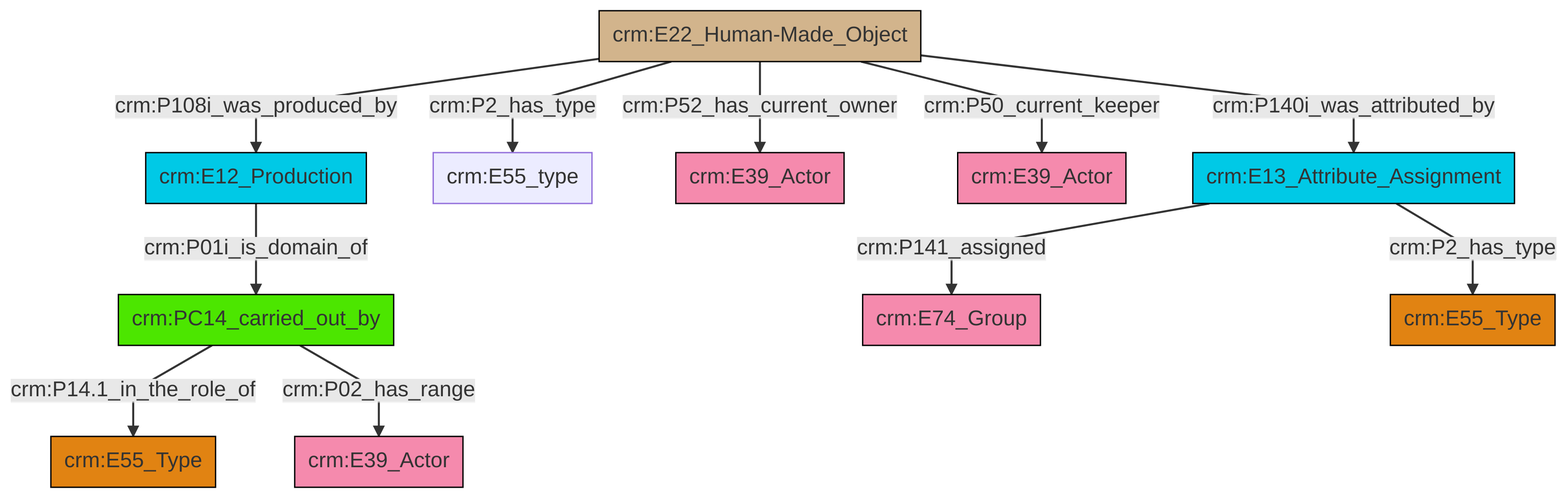
The Mermaid diagram et/artworkCSV/ttl/mmd/png/Artwork_Actor_Relations.png in swiss-art-research-net/reference-data-models, before a commit. Its source is kept beside it as et/artworkCSV/ttl/mmd/Artwork_Actor_Relations.ttl.mmd.
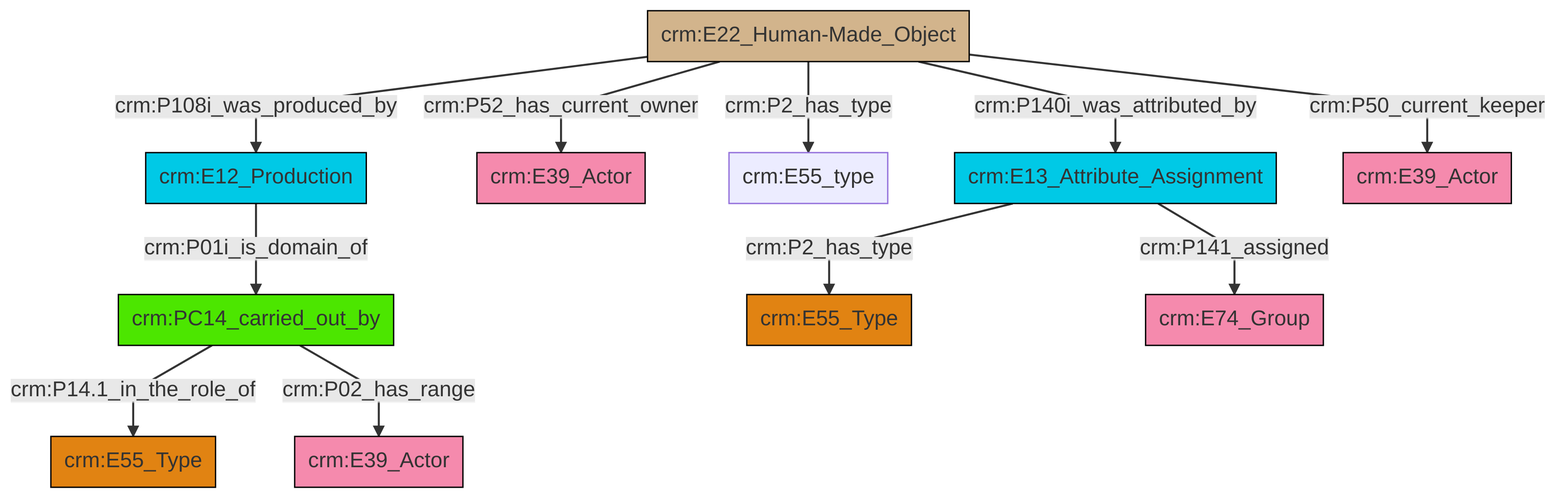
After the commit.

Change to the diagram source:
```diff
@@ -13,13 +13,13 @@
 classDef PC_Classes fill:#4ce600, stroke:#000000;
 classDef Multi fill:#cccccc,stroke:#000000;
 
-4["crm:E22_Human-Made_Object"]:::Physical_Thing -->|crm:P108i_was_produced_by| 0["crm:E12_Production"]:::Temporal_Entity
-5["crm:PC14_carried_out_by"]:::PC_Classes -->|crm:P14.1_in_the_role_of| 6["crm:E55_Type"]:::Type
-4["crm:E22_Human-Made_Object"]:::Physical_Thing -->|crm:P140i_was_attributed_by| 11["crm:E13_Attribute_Assignment"]:::Temporal_Entity
-4["crm:E22_Human-Made_Object"]:::Physical_Thing -->|crm:P50_current_keeper| 9["crm:E39_Actor"]:::Actor
-0["crm:E12_Production"]:::Temporal_Entity -->|crm:P01i_is_domain_of| 5["crm:PC14_carried_out_by"]:::PC_Classes
-11["crm:E13_Attribute_Assignment"]:::Temporal_Entity -->|crm:P141_assigned| 13["crm:E74_Group"]:::Actor
-4["crm:E22_Human-Made_Object"]:::Physical_Thing -->|crm:P52_has_current_owner| 7["crm:E39_Actor"]:::Actor
-5["crm:PC14_carried_out_by"]:::PC_Classes -->|crm:P02_has_range| 16["crm:E39_Actor"]:::Actor
-4["crm:E22_Human-Made_Object"]:::Physical_Thing -->|crm:P2_has_type| 2["crm:E55_type"]:::Default
-11["crm:E13_Attribute_Assignment"]:::Temporal_Entity -->|crm:P2_has_type| 20["crm:E55_Type"]:::Type
+0["crm:E12_Production"]:::Temporal_Entity -->|crm:P01i_is_domain_of| 2["crm:PC14_carried_out_by"]:::PC_Classes
+3["crm:E22_Human-Made_Object"]:::Physical_Thing -->|crm:P52_has_current_owner| 4["crm:E39_Actor"]:::Actor
+3["crm:E22_Human-Made_Object"]:::Physical_Thing -->|crm:P108i_was_produced_by| 0["crm:E12_Production"]:::Temporal_Entity
+9["crm:E13_Attribute_Assignment"]:::Temporal_Entity -->|crm:P2_has_type| 7["crm:E55_Type"]:::Type
+2["crm:PC14_carried_out_by"]:::PC_Classes -->|crm:P14.1_in_the_role_of| 14["crm:E55_Type"]:::Type
+3["crm:E22_Human-Made_Object"]:::Physical_Thing -->|crm:P50_current_keeper| 17["crm:E39_Actor"]:::Actor
+3["crm:E22_Human-Made_Object"]:::Physical_Thing -->|crm:P2_has_type| 5["crm:E55_type"]:::Default
+2["crm:PC14_carried_out_by"]:::PC_Classes -->|crm:P02_has_range| 12["crm:E39_Actor"]:::Actor
+3["crm:E22_Human-Made_Object"]:::Physical_Thing -->|crm:P140i_was_attributed_by| 9["crm:E13_Attribute_Assignment"]:::Temporal_Entity
+9["crm:E13_Attribute_Assignment"]:::Temporal_Entity -->|crm:P141_assigned| 10["crm:E74_Group"]:::Actor
```
